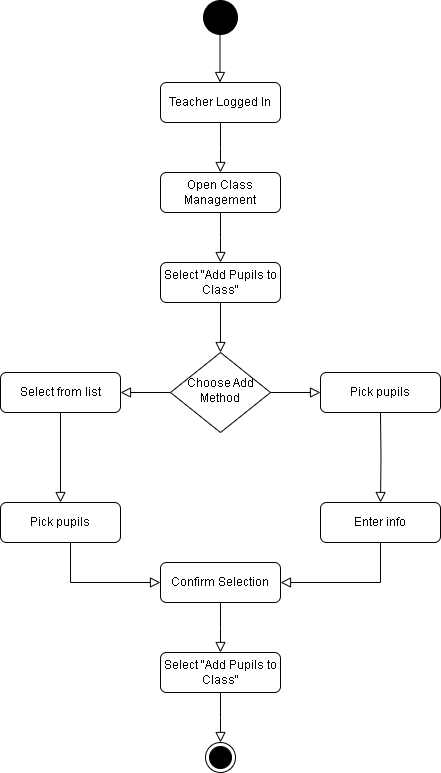
This is Activity-diagrams/activity-diagram-add-pupil-to-class.drawio.png from LeandroBakollari/learning-platform, a draw.io export, as it was before one commit. Source tidied: cells renumbered, new cells last; positions are measured from the earlier drawing's top-left corner, leaving out a move shared by most shapes.
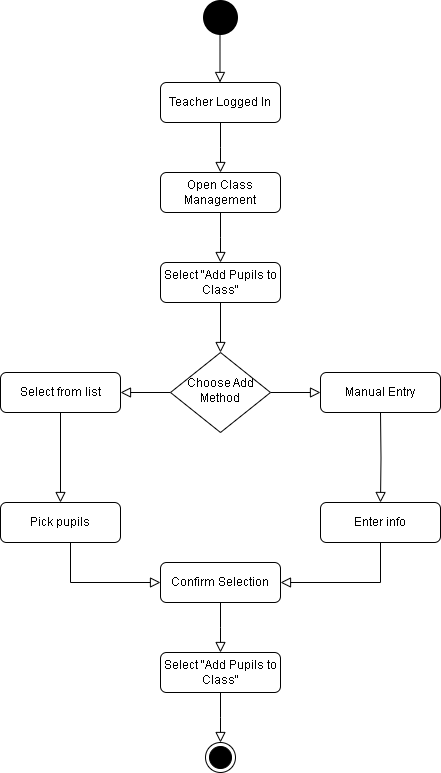
Later version of the same file.

What changed in the source:
```diff
@@ -17,7 +17,7 @@
     <mxCell id="6" value="Choose Add Method" style="rhombus;whiteSpace=wrap;html=1;shadow=0;fontFamily=Helvetica;fontSize=12;align=center;strokeWidth=1;spacing=6;spacingTop=-4;" parent="1" vertex="1">
       <mxGeometry x="170" y="350" width="100" height="80" as="geometry" />
     </mxCell>
-    <mxCell id="7" value="Pick pupils" style="rounded=1;whiteSpace=wrap;html=1;fontSize=12;glass=0;strokeWidth=1;shadow=0;" parent="1" vertex="1">
+    <mxCell id="7" value="Manual Entry" style="rounded=1;whiteSpace=wrap;html=1;fontSize=12;glass=0;strokeWidth=1;shadow=0;" parent="1" vertex="1">
       <mxGeometry x="320" y="370" width="120" height="40" as="geometry" />
     </mxCell>
     <mxCell id="8" style="edgeStyle=orthogonalEdgeStyle;rounded=0;html=1;jettySize=auto;fontSize=11;endArrow=block;endFill=0;endSize=8;strokeWidth=1;shadow=0;labelBackgroundColor=none;" parent="1" edge="1" source="9" target="10">
```
